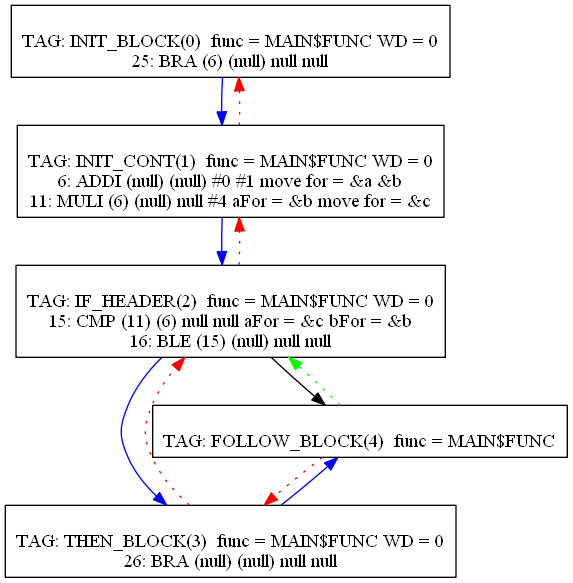
mbajaj92/Project-Astoria keeps this Graphviz diagram as Compiler/17graph.png. Above is the earlier version. Its source is kept beside it as Compiler/17graph.dot. Source of this version:
```dot
digraph {
0[label="
TAG: INIT_BLOCK(0)  func = MAIN$FUNC WD = 0
25: BRA (6) (null) null null
"];
0[shape=box];
0 -> 1[color=blue]
1[label="
TAG: INIT_CONT(1)  func = MAIN$FUNC WD = 0
6: ADDI (null) (null) #0 #1 move for = &a &b
11: MULI (6) (null) null #4 aFor = &b move for = &c
"];
1[shape=box];
1 -> 2[color=blue]
1 -> 0[color=red][style=dotted]
2[label="
TAG: IF_HEADER(2)  func = MAIN$FUNC WD = 0
15: CMP (11) (6) null null aFor = &c bFor = &b
16: BLE (15) (null) null null
"];
2[shape=box];
2 -> 3[color=blue]
2 -> 4[color=black]
2 -> 1[color=red][style=dotted]
3[label="
TAG: THEN_BLOCK(3)  func = MAIN$FUNC WD = 0
26: BRA (null) (null) null null
"];
3[shape=box];
3 -> 4[color=blue]
3 -> 2[color=red][style=dotted]
4[label="
TAG: FOLLOW_BLOCK(4)  func = MAIN$FUNC
"];
4[shape=box];
4 -> 3[color=red][style=dotted]
4 -> 2[color=green][style=dotted]
}
```
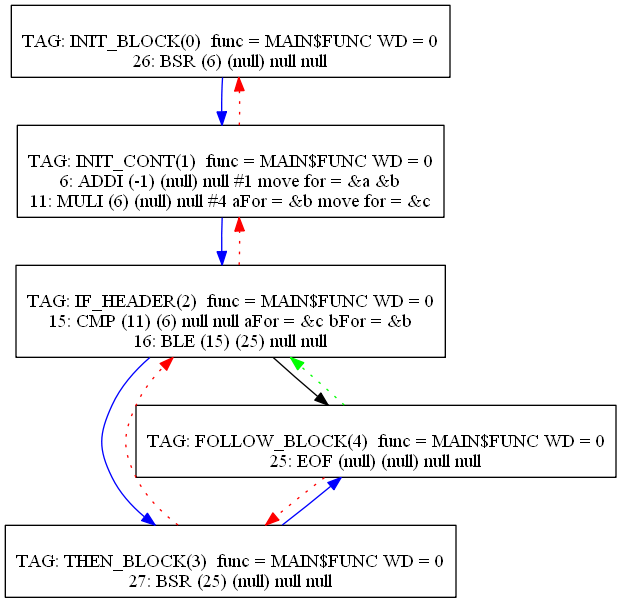
The same diagram one commit later.

What changed in the source:
```diff
@@ -1,13 +1,13 @@
 digraph {
 0[label="
 TAG: INIT_BLOCK(0)  func = MAIN$FUNC WD = 0
-25: BRA (6) (null) null null
+26: BSR (6) (null) null null
 "];
 0[shape=box];
 0 -> 1[color=blue]
 1[label="
 TAG: INIT_CONT(1)  func = MAIN$FUNC WD = 0
-6: ADDI (null) (null) #0 #1 move for = &a &b
+6: ADDI (-1) (null) null #1 move for = &a &b
 11: MULI (6) (null) null #4 aFor = &b move for = &c
 "];
 1[shape=box];
@@ -16,7 +16,7 @@
 2[label="
 TAG: IF_HEADER(2)  func = MAIN$FUNC WD = 0
 15: CMP (11) (6) null null aFor = &c bFor = &b
-16: BLE (15) (null) null null
+16: BLE (15) (25) null null
 "];
 2[shape=box];
 2 -> 3[color=blue]
@@ -24,13 +24,14 @@
 2 -> 1[color=red][style=dotted]
 3[label="
 TAG: THEN_BLOCK(3)  func = MAIN$FUNC WD = 0
-26: BRA (null) (null) null null
+27: BSR (25) (null) null null
 "];
 3[shape=box];
 3 -> 4[color=blue]
 3 -> 2[color=red][style=dotted]
 4[label="
-TAG: FOLLOW_BLOCK(4)  func = MAIN$FUNC
+TAG: FOLLOW_BLOCK(4)  func = MAIN$FUNC WD = 0
+25: EOF (null) (null) null null
 "];
 4[shape=box];
 4 -> 3[color=red][style=dotted]
```
